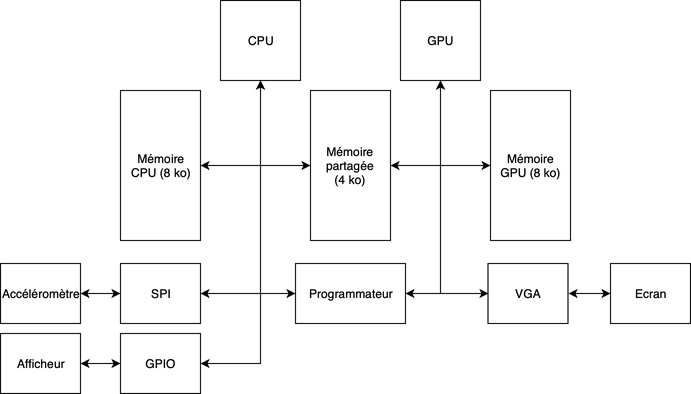
Above: doc/schema_and_logo/procexeirbArchiVHDL.png in Devdevdavid/ProceXeirb (draw.io), before the change. Source tidied: cells renumbered, new cells last; positions are measured from the earlier drawing's top-left corner, leaving out a move shared by most shapes. The source it was exported from:
```xml
<mxGraphModel>
  <root>
    <mxCell id="0" />
    <mxCell id="1" parent="0" />
    <mxCell id="2" value="CPU" style="rounded=0;whiteSpace=wrap;html=1;" parent="1" vertex="1">
      <mxGeometry x="220" width="80" height="80" as="geometry" />
    </mxCell>
    <mxCell id="3" value="GPU" style="rounded=0;whiteSpace=wrap;html=1;" parent="1" vertex="1">
      <mxGeometry x="400" width="80" height="80" as="geometry" />
    </mxCell>
    <mxCell id="4" style="edgeStyle=orthogonalEdgeStyle;rounded=0;jettySize=auto;html=1;exitX=0;exitY=0.5;exitDx=0;exitDy=0;startArrow=classic;startFill=1;" parent="1" edge="1" source="6">
      <mxGeometry relative="1" as="geometry">
        <mxPoint x="260" y="80" as="targetPoint" />
      </mxGeometry>
    </mxCell>
    <mxCell id="5" style="edgeStyle=orthogonalEdgeStyle;rounded=0;jettySize=auto;html=1;exitX=1;exitY=0.5;exitDx=0;exitDy=0;startArrow=classic;startFill=1;" parent="1" edge="1" source="6" target="3">
      <mxGeometry relative="1" as="geometry" />
    </mxCell>
    <mxCell id="6" value="Mémoire partagée&lt;br&gt;(4 ko)&lt;br&gt;" style="rounded=0;whiteSpace=wrap;html=1;" parent="1" vertex="1">
      <mxGeometry x="310" y="90" width="80" height="150" as="geometry" />
    </mxCell>
    <mxCell id="7" style="edgeStyle=orthogonalEdgeStyle;rounded=0;jettySize=auto;html=1;exitX=0;exitY=0.5;exitDx=0;exitDy=0;startArrow=classic;startFill=1;" parent="1" edge="1" source="8" target="3">
      <mxGeometry relative="1" as="geometry" />
    </mxCell>
    <mxCell id="8" value="Mémoire&lt;br&gt;GPU (8 ko)&lt;br&gt;" style="rounded=0;whiteSpace=wrap;html=1;" parent="1" vertex="1">
      <mxGeometry x="490" y="90" width="80" height="150" as="geometry" />
    </mxCell>
    <mxCell id="9" style="edgeStyle=orthogonalEdgeStyle;rounded=0;jettySize=auto;html=1;startArrow=classic;startFill=1;" parent="1" edge="1" source="10" target="2">
      <mxGeometry relative="1" as="geometry" />
    </mxCell>
    <mxCell id="10" value="Mémoire&lt;br&gt;CPU (8 ko)&lt;br&gt;" style="rounded=0;whiteSpace=wrap;html=1;" parent="1" vertex="1">
      <mxGeometry x="120" y="90" width="80" height="150" as="geometry" />
    </mxCell>
    <mxCell id="11" style="edgeStyle=orthogonalEdgeStyle;rounded=0;jettySize=auto;html=1;exitX=1;exitY=0.5;exitDx=0;exitDy=0;entryX=0.5;entryY=1;entryDx=0;entryDy=0;startArrow=classic;startFill=1;" parent="1" edge="1" source="12" target="2">
      <mxGeometry relative="1" as="geometry" />
    </mxCell>
    <mxCell id="12" value="SPI&lt;br&gt;" style="rounded=0;whiteSpace=wrap;html=1;" parent="1" vertex="1">
      <mxGeometry x="120" y="263" width="80" height="60" as="geometry" />
    </mxCell>
    <mxCell id="13" style="edgeStyle=orthogonalEdgeStyle;rounded=0;jettySize=auto;html=1;exitX=1;exitY=0.5;exitDx=0;exitDy=0;startArrow=classic;startFill=1;" parent="1" edge="1" source="14">
      <mxGeometry relative="1" as="geometry">
        <mxPoint x="260" y="80" as="targetPoint" />
      </mxGeometry>
    </mxCell>
    <mxCell id="14" value="GPIO&lt;br&gt;" style="rounded=0;whiteSpace=wrap;html=1;" parent="1" vertex="1">
      <mxGeometry x="120" y="333" width="80" height="60" as="geometry" />
    </mxCell>
    <mxCell id="15" style="edgeStyle=orthogonalEdgeStyle;rounded=0;jettySize=auto;html=1;exitX=1;exitY=0.5;exitDx=0;exitDy=0;entryX=0;entryY=0.5;entryDx=0;entryDy=0;startArrow=classic;startFill=1;" parent="1" edge="1" source="16" target="14">
      <mxGeometry relative="1" as="geometry" />
    </mxCell>
    <mxCell id="16" value="Afficheur&lt;br&gt;" style="rounded=0;whiteSpace=wrap;html=1;" parent="1" vertex="1">
      <mxGeometry y="333" width="80" height="60" as="geometry" />
    </mxCell>
    <mxCell id="17" style="edgeStyle=orthogonalEdgeStyle;rounded=0;jettySize=auto;html=1;exitX=1;exitY=0.5;exitDx=0;exitDy=0;entryX=0;entryY=0.5;entryDx=0;entryDy=0;startArrow=classic;startFill=1;" parent="1" edge="1" source="18" target="12">
      <mxGeometry relative="1" as="geometry" />
    </mxCell>
    <mxCell id="18" value="Accéléromètre&lt;br&gt;" style="rounded=0;whiteSpace=wrap;html=1;" parent="1" vertex="1">
      <mxGeometry y="263" width="80" height="60" as="geometry" />
    </mxCell>
    <mxCell id="19" style="edgeStyle=orthogonalEdgeStyle;rounded=0;jettySize=auto;html=1;exitX=0;exitY=0.5;exitDx=0;exitDy=0;startArrow=classic;startFill=1;" parent="1" edge="1" source="21">
      <mxGeometry relative="1" as="geometry">
        <mxPoint x="260" y="80" as="targetPoint" />
      </mxGeometry>
    </mxCell>
    <mxCell id="20" style="edgeStyle=orthogonalEdgeStyle;rounded=0;jettySize=auto;html=1;exitX=1;exitY=0.5;exitDx=0;exitDy=0;startArrow=classic;startFill=1;" parent="1" edge="1" source="21" target="3">
      <mxGeometry relative="1" as="geometry" />
    </mxCell>
    <mxCell id="21" value="Programmateur&lt;br&gt;" style="rounded=0;whiteSpace=wrap;html=1;" parent="1" vertex="1">
      <mxGeometry x="295" y="263" width="110" height="60" as="geometry" />
    </mxCell>
    <mxCell id="22" style="edgeStyle=orthogonalEdgeStyle;rounded=0;jettySize=auto;html=1;exitX=0;exitY=0.5;exitDx=0;exitDy=0;startArrow=classic;startFill=1;" parent="1" edge="1" source="24" target="3">
      <mxGeometry relative="1" as="geometry" />
    </mxCell>
    <mxCell id="23" style="edgeStyle=orthogonalEdgeStyle;rounded=0;jettySize=auto;html=1;exitX=1;exitY=0.5;exitDx=0;exitDy=0;entryX=0;entryY=0.5;entryDx=0;entryDy=0;startArrow=classic;startFill=1;" parent="1" edge="1" source="24" target="25">
      <mxGeometry relative="1" as="geometry" />
    </mxCell>
    <mxCell id="24" value="VGA&lt;br&gt;" style="rounded=0;whiteSpace=wrap;html=1;" parent="1" vertex="1">
      <mxGeometry x="487.5" y="263" width="80" height="60" as="geometry" />
    </mxCell>
    <mxCell id="25" value="Ecran&lt;br&gt;" style="rounded=0;whiteSpace=wrap;html=1;" parent="1" vertex="1">
      <mxGeometry x="610" y="263" width="80" height="60" as="geometry" />
    </mxCell>
  </root>
</mxGraphModel>
```
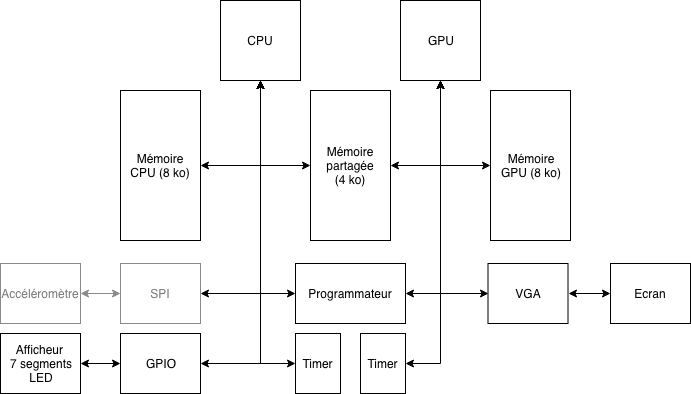
The same file after the commit.

What changed in the source:
```diff
@@ -34,7 +34,7 @@
     <mxCell id="11" style="edgeStyle=orthogonalEdgeStyle;rounded=0;jettySize=auto;html=1;exitX=1;exitY=0.5;exitDx=0;exitDy=0;entryX=0.5;entryY=1;entryDx=0;entryDy=0;startArrow=classic;startFill=1;" parent="1" edge="1" source="12" target="2">
       <mxGeometry relative="1" as="geometry" />
     </mxCell>
-    <mxCell id="12" value="SPI&lt;br&gt;" style="rounded=0;whiteSpace=wrap;html=1;" parent="1" vertex="1">
+    <mxCell id="12" value="SPI&lt;br&gt;" style="rounded=0;whiteSpace=wrap;html=1;strokeColor=#8A8A8A;fontColor=#7A7A7A;" parent="1" vertex="1">
       <mxGeometry x="120" y="263" width="80" height="60" as="geometry" />
     </mxCell>
     <mxCell id="13" style="edgeStyle=orthogonalEdgeStyle;rounded=0;jettySize=auto;html=1;exitX=1;exitY=0.5;exitDx=0;exitDy=0;startArrow=classic;startFill=1;" parent="1" edge="1" source="14">
@@ -48,13 +48,13 @@
     <mxCell id="15" style="edgeStyle=orthogonalEdgeStyle;rounded=0;jettySize=auto;html=1;exitX=1;exitY=0.5;exitDx=0;exitDy=0;entryX=0;entryY=0.5;entryDx=0;entryDy=0;startArrow=classic;startFill=1;" parent="1" edge="1" source="16" target="14">
       <mxGeometry relative="1" as="geometry" />
     </mxCell>
-    <mxCell id="16" value="Afficheur&lt;br&gt;" style="rounded=0;whiteSpace=wrap;html=1;" parent="1" vertex="1">
+    <mxCell id="16" value="Afficheur &lt;br&gt;7 segments&lt;br&gt;LED&lt;br&gt;" style="rounded=0;whiteSpace=wrap;html=1;" parent="1" vertex="1">
       <mxGeometry y="333" width="80" height="60" as="geometry" />
     </mxCell>
-    <mxCell id="17" style="edgeStyle=orthogonalEdgeStyle;rounded=0;jettySize=auto;html=1;exitX=1;exitY=0.5;exitDx=0;exitDy=0;entryX=0;entryY=0.5;entryDx=0;entryDy=0;startArrow=classic;startFill=1;" parent="1" edge="1" source="18" target="12">
+    <mxCell id="17" style="edgeStyle=orthogonalEdgeStyle;rounded=0;jettySize=auto;html=1;exitX=1;exitY=0.5;exitDx=0;exitDy=0;entryX=0;entryY=0.5;entryDx=0;entryDy=0;startArrow=classic;startFill=1;strokeColor=#8A8A8A;" parent="1" edge="1" source="18" target="12">
       <mxGeometry relative="1" as="geometry" />
     </mxCell>
-    <mxCell id="18" value="Accéléromètre&lt;br&gt;" style="rounded=0;whiteSpace=wrap;html=1;" parent="1" vertex="1">
+    <mxCell id="18" value="Accéléromètre&lt;br&gt;" style="rounded=0;whiteSpace=wrap;html=1;strokeColor=#8A8A8A;fontColor=#7A7A7A;" parent="1" vertex="1">
       <mxGeometry y="263" width="80" height="60" as="geometry" />
     </mxCell>
     <mxCell id="19" style="edgeStyle=orthogonalEdgeStyle;rounded=0;jettySize=auto;html=1;exitX=0;exitY=0.5;exitDx=0;exitDy=0;startArrow=classic;startFill=1;" parent="1" edge="1" source="21">
@@ -80,5 +80,17 @@
     <mxCell id="25" value="Ecran&lt;br&gt;" style="rounded=0;whiteSpace=wrap;html=1;" parent="1" vertex="1">
       <mxGeometry x="610" y="263" width="80" height="60" as="geometry" />
     </mxCell>
+    <mxCell id="26" style="edgeStyle=orthogonalEdgeStyle;rounded=0;jettySize=auto;html=1;exitX=0;exitY=0.5;exitDx=0;exitDy=0;entryX=0.5;entryY=1;entryDx=0;entryDy=0;startArrow=classic;startFill=1;" parent="1" edge="1" source="27" target="2">
+      <mxGeometry relative="1" as="geometry" />
+    </mxCell>
+    <mxCell id="27" value="Timer&lt;br&gt;" style="rounded=0;whiteSpace=wrap;html=1;" parent="1" vertex="1">
+      <mxGeometry x="295" y="333" width="45" height="60" as="geometry" />
+    </mxCell>
+    <mxCell id="28" style="edgeStyle=orthogonalEdgeStyle;rounded=0;jettySize=auto;html=1;exitX=1;exitY=0.5;exitDx=0;exitDy=0;startArrow=classic;startFill=1;" parent="1" edge="1" source="29" target="3">
+      <mxGeometry relative="1" as="geometry" />
+    </mxCell>
+    <mxCell id="29" value="Timer&lt;br&gt;" style="rounded=0;whiteSpace=wrap;html=1;" parent="1" vertex="1">
+      <mxGeometry x="360" y="333" width="45" height="60" as="geometry" />
+    </mxCell>
   </root>
 </mxGraphModel>
```
